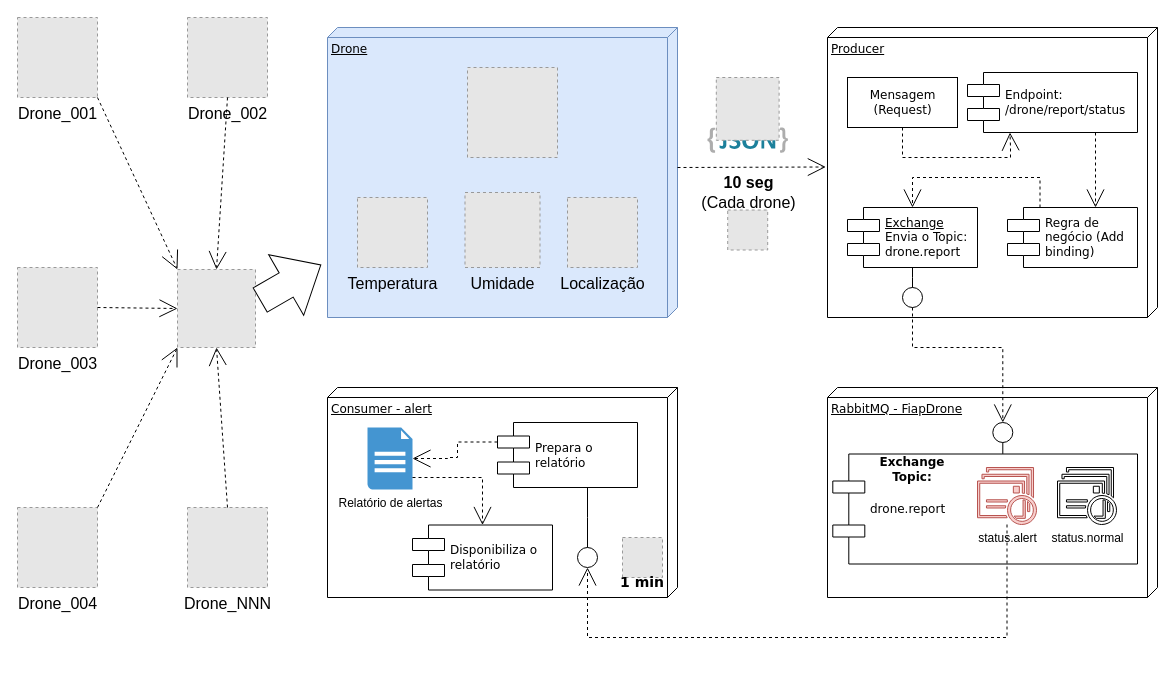
Above: docs/overview.drawio in lakagawa/drone (draw.io), before the change. Source tidied: cells renumbered, new cells numbered last; positions are measured from the earlier drawing's top-left corner, leaving out a move shared by most shapes. Both pictures are drawn from the tidied source at 100%, with x=0, y=0 at pixel (17, 17). Pictures stored in the file or linked from it are replaced by grey dashed boxes.
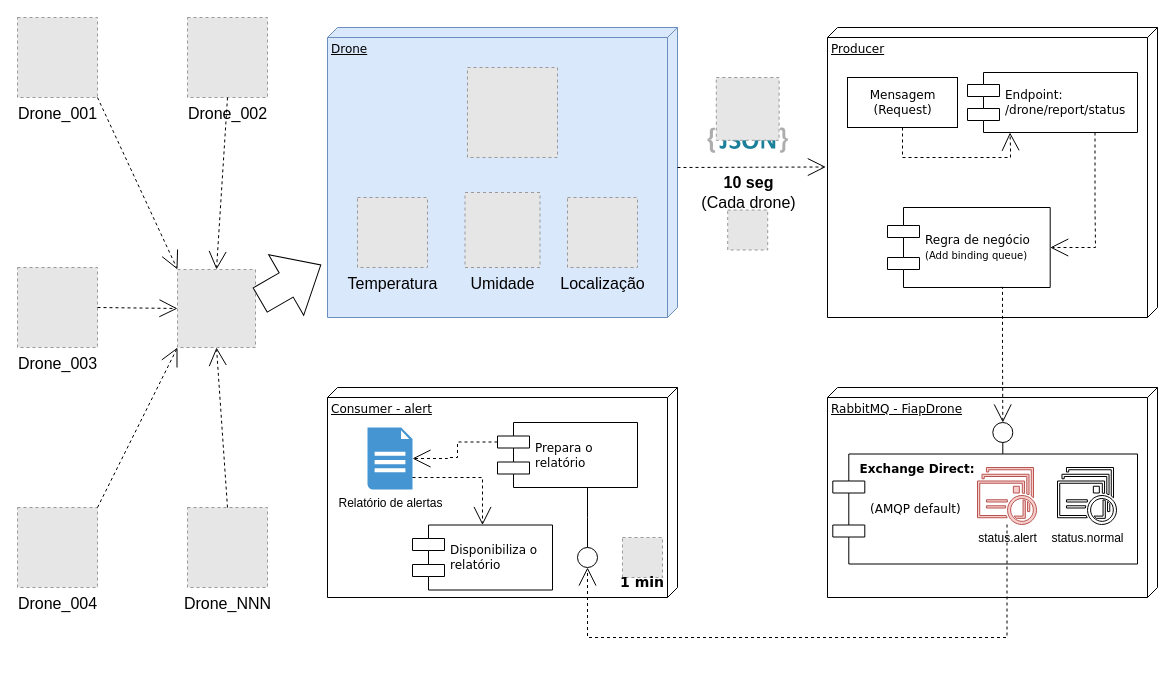
Above is the later version.

The change refers to these unchanged cells:
```xml
<mxCell id="20" style="ellipse;whiteSpace=wrap;html=1;rounded=0;shadow=0;comic=0;labelBackgroundColor=none;strokeWidth=1;fontFamily=Verdana;fontSize=12;align=center;" parent="1" vertex="1">
  <mxGeometry x="975.3" y="405" width="20" height="20" as="geometry" />
</mxCell>
<mxCell id="44" value="Endpoint:&lt;br&gt;/drone/report/status" style="shape=component;align=left;spacingLeft=36;rounded=0;shadow=0;comic=0;labelBackgroundColor=none;strokeWidth=1;fontFamily=Verdana;fontSize=12;html=1;" parent="1" vertex="1">
  <mxGeometry x="950" y="55" width="170" height="60" as="geometry" />
</mxCell>
```

The edit, as a diff of the source:
```diff
@@
-    <mxCell id="6" value="Regra de negócio (Add binding)" style="shape=component;align=left;spacingLeft=36;rounded=0;shadow=0;comic=0;labelBackgroundColor=none;strokeWidth=1;fontFamily=Verdana;fontSize=12;html=1;whiteSpace=wrap;" parent="1" vertex="1">
-      <mxGeometry x="990" y="190" width="130" height="60" as="geometry" />
+    <mxCell id="6" value="Regra de negócio &lt;font style=&quot;font-size: 10px;&quot;&gt;(Add binding queue)&lt;/font&gt;" style="shape=component;align=left;spacingLeft=36;rounded=0;shadow=0;comic=0;labelBackgroundColor=none;strokeWidth=1;fontFamily=Verdana;fontSize=12;html=1;whiteSpace=wrap;" parent="1" vertex="1">
+      <mxGeometry x="870" y="190" width="162.7" height="80" as="geometry" />
     </mxCell>
-    <mxCell id="7" style="ellipse;whiteSpace=wrap;html=1;rounded=0;shadow=0;comic=0;labelBackgroundColor=none;strokeWidth=1;fontFamily=Verdana;fontSize=12;align=center;" parent="1" vertex="1">
-      <mxGeometry x="885" y="270" width="20" height="20" as="geometry" />
-    </mxCell>
@@
-    <mxCell id="10" value="drone.report" style="shape=component;align=left;spacingLeft=36;rounded=0;shadow=0;comic=0;labelBackgroundColor=none;strokeWidth=1;fontFamily=Verdana;fontSize=12;html=1;" parent="1" vertex="1">
+    <mxCell id="10" value="(AMQP default)" style="shape=component;align=left;spacingLeft=36;rounded=0;shadow=0;comic=0;labelBackgroundColor=none;strokeWidth=1;fontFamily=Verdana;fontSize=12;html=1;" parent="1" vertex="1">
       <mxGeometry x="815.3" y="436.5" width="304.7" height="110" as="geometry" />
     </mxCell>
@@
-    <mxCell id="12" style="edgeStyle=elbowEdgeStyle;rounded=0;html=1;labelBackgroundColor=none;startArrow=none;startFill=0;startSize=8;endArrow=none;endFill=0;endSize=16;fontFamily=Verdana;fontSize=12;entryX=0.5;entryY=1;entryDx=0;entryDy=0;exitX=0.5;exitY=0;exitDx=0;exitDy=0;" parent="1" edge="1" source="7" target="46">
-      <mxGeometry relative="1" as="geometry">
-        <Array as="points">
-          <mxPoint x="895" y="260" />
-          <mxPoint x="985" y="250" />
-        </Array>
-      </mxGeometry>
-    </mxCell>
-    <mxCell id="13" style="edgeStyle=orthogonalEdgeStyle;rounded=0;html=1;labelBackgroundColor=none;startArrow=none;startFill=0;startSize=8;endArrow=open;endFill=0;endSize=16;fontFamily=Verdana;fontSize=12;dashed=1;exitX=0.75;exitY=1;exitDx=0;exitDy=0;" parent="1" edge="1" source="44">
+    <mxCell id="13" style="edgeStyle=orthogonalEdgeStyle;rounded=0;html=1;labelBackgroundColor=none;startArrow=none;startFill=0;startSize=8;endArrow=open;endFill=0;endSize=16;fontFamily=Verdana;fontSize=12;dashed=1;exitX=0.75;exitY=1;exitDx=0;exitDy=0;entryX=1;entryY=0.5;entryDx=0;entryDy=0;" parent="1" edge="1" source="44" target="6">
       <mxGeometry relative="1" as="geometry">
-        <mxPoint x="1078" y="190" as="targetPoint" />
         <Array as="points">
           <mxPoint x="1078" y="190" />
+          <mxPoint x="1078" y="220" />
         </Array>
       </mxGeometry>
     </mxCell>
@@
-    <mxCell id="43" value="&lt;span style=&quot;font-family: Verdana; text-align: left;&quot;&gt;Exchange Topic:&lt;/span&gt;" style="text;html=1;strokeColor=none;fillColor=none;align=center;verticalAlign=middle;whiteSpace=wrap;rounded=0;fontStyle=1;" parent="1" vertex="1">
-      <mxGeometry x="840" y="436.5" width="110" height="30" as="geometry" />
+    <mxCell id="43" value="&lt;span style=&quot;font-family: Verdana; text-align: left;&quot;&gt;Exchange Direct:&lt;/span&gt;" style="text;html=1;strokeColor=none;fillColor=none;align=center;verticalAlign=middle;whiteSpace=wrap;rounded=0;fontStyle=1;" parent="1" vertex="1">
+      <mxGeometry x="840" y="436.5" width="120" height="30" as="geometry" />
     </mxCell>
@@
-    <mxCell id="46" value="&lt;u&gt;Exchange&lt;/u&gt;&lt;br&gt;Envia o Topic:&lt;br&gt;drone.report" style="shape=component;align=left;spacingLeft=36;rounded=0;shadow=0;comic=0;labelBackgroundColor=none;strokeWidth=1;fontFamily=Verdana;fontSize=12;html=1;" parent="1" vertex="1">
-      <mxGeometry x="830" y="190" width="130" height="60" as="geometry" />
-    </mxCell>
-    <mxCell id="47" style="edgeStyle=orthogonalEdgeStyle;rounded=0;html=1;labelBackgroundColor=none;startArrow=none;startFill=0;startSize=8;endArrow=open;endFill=0;endSize=16;fontFamily=Verdana;fontSize=12;dashed=1;exitX=0.25;exitY=0;exitDx=0;exitDy=0;entryX=0.5;entryY=0;entryDx=0;entryDy=0;" parent="1" edge="1" source="6" target="46">
-      <mxGeometry relative="1" as="geometry">
-        <Array as="points">
-          <mxPoint x="1023" y="160" />
-          <mxPoint x="895" y="160" />
-        </Array>
-      </mxGeometry>
-    </mxCell>
-    <mxCell id="48" style="edgeStyle=orthogonalEdgeStyle;rounded=0;html=1;labelBackgroundColor=none;startArrow=none;startFill=0;startSize=8;endArrow=open;endFill=0;endSize=16;fontFamily=Verdana;fontSize=12;dashed=1;exitX=0.5;exitY=1;exitDx=0;exitDy=0;entryX=0.5;entryY=0;entryDx=0;entryDy=0;" parent="1" edge="1" source="7" target="20">
+    <mxCell id="48" style="edgeStyle=orthogonalEdgeStyle;rounded=0;html=1;labelBackgroundColor=none;startArrow=none;startFill=0;startSize=8;endArrow=open;endFill=0;endSize=16;fontFamily=Verdana;fontSize=12;dashed=1;exitX=0.698;exitY=0.998;exitDx=0;exitDy=0;entryX=0.5;entryY=0;entryDx=0;entryDy=0;exitPerimeter=0;" parent="1" edge="1" source="6" target="20">
       <mxGeometry relative="1" as="geometry">
         <Array as="points">
-          <mxPoint x="895" y="330" />
+          <mxPoint x="985" y="270" />
           <mxPoint x="985" y="330" />
-          <mxPoint x="985" y="405" />
         </Array>
       </mxGeometry>
     </mxCell>
```
